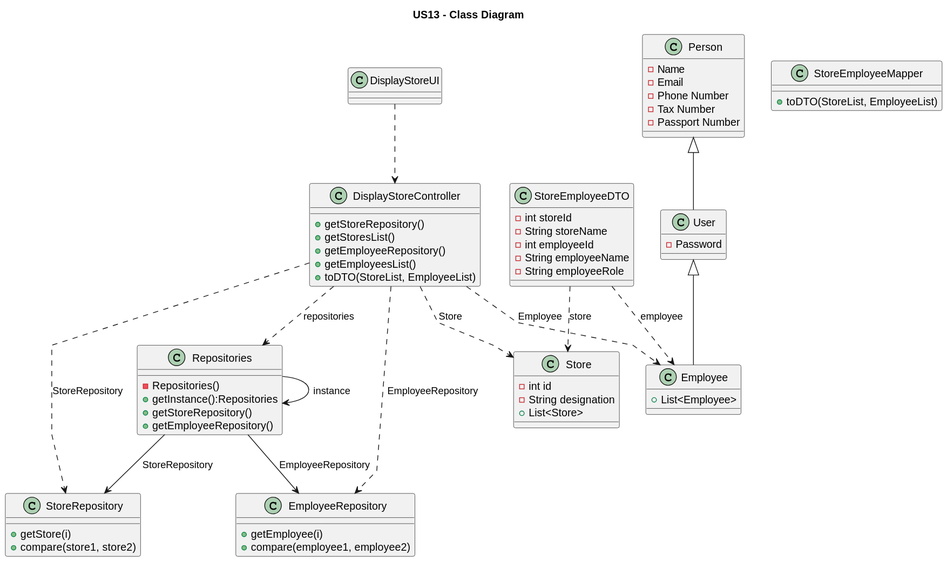
Earlier version of the PlantUML export docs/sprintD/US13/03.design/svg/us13-class-diagram.svg (PureNimble/ISEP-LAPR2).
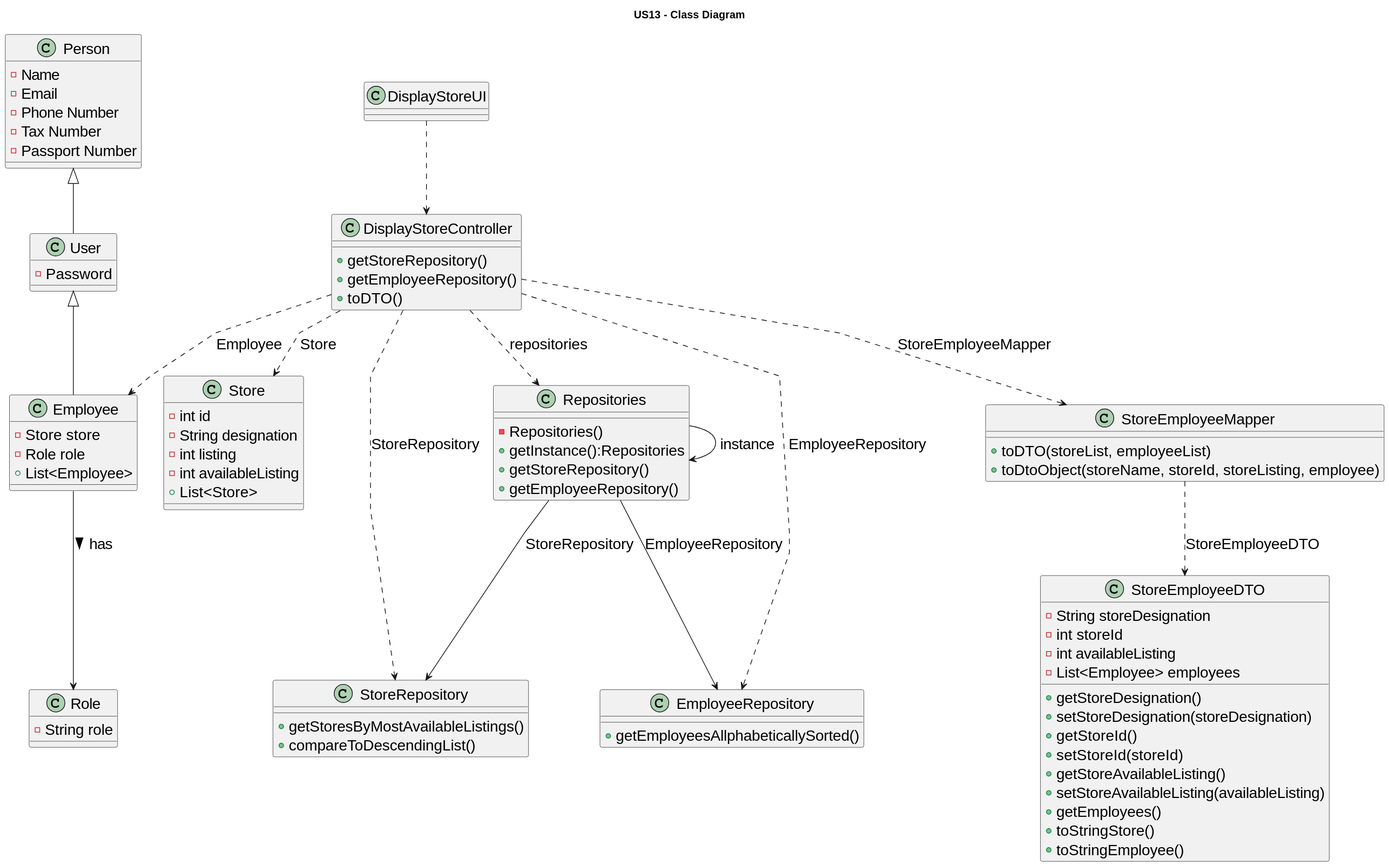
After the commit.

Diff of the diagram source:
```diff
@@ -1,4 +1,5 @@
 @startuml
+skinparamlocked defaultFontSize 20
 
 skinparam packageStyle rectangle
 skinparam shadowing false
@@ -16,37 +17,43 @@
 class Store {
     -int id
     -String designation
+    -int listing
+    -int availableListing
     +List<Store>
 }
 
 class Employee {
+    -Store store
+    -Role role
     +List<Employee>
 }
 
 class StoreEmployeeMapper {
-    +toDTO(StoreList, EmployeeList)
+    +toDTO(storeList, employeeList)
+    +toDtoObject(storeName, storeId, storeListing, employee)
 }
 
 class DisplayStoreController {
     +getStoreRepository()
-    +getStoresList()
     +getEmployeeRepository()
-    +getEmployeesList()
-    +toDTO(StoreList, EmployeeList)
+    +toDTO()
 }
 
 class StoreRepository {
-    +getStore(i)
-    +compare(store1, store2)
+    +getStoresByMostAvailableListings()
+    +compareToDescendingList()
 }
 
 class EmployeeRepository {
-    +getEmployee(i)
-    +compare(employee1, employee2)
+    +getEmployeesAllphabeticallySorted()
 }
 
 class User {
     -Password
+}
+
+class Role {
+    -String role
 }
 
 class Person {
@@ -58,11 +65,19 @@
 }
 
 class StoreEmployeeDTO {
+    -String storeDesignation
     -int storeId
-    -String storeName
-    -int employeeId
-    -String employeeName
-    -String employeeRole
+    -int availableListing
+    -List<Employee> employees
+    +getStoreDesignation()
+    +setStoreDesignation(storeDesignation)
+    +getStoreId()
+    +setStoreId(storeId)
+    +getStoreAvailableListing()
+    +setStoreAvailableListing(availableListing)
+    +getEmployees()
+    +toStringStore()
+    +toStringEmployee()
 }
 
 class DisplayStoreUI {
@@ -72,15 +87,15 @@
 Repositories -> Repositories:instance
 Repositories --> StoreRepository: StoreRepository
 Repositories --> EmployeeRepository: EmployeeRepository
+Employee --> Role: has >
 DisplayStoreController ..> Repositories : repositories
 DisplayStoreController ..> StoreRepository : StoreRepository
 DisplayStoreController ..> EmployeeRepository : EmployeeRepository
 DisplayStoreController ..> Store : Store
 DisplayStoreController ..> Employee : Employee
+DisplayStoreController ..> StoreEmployeeMapper : StoreEmployeeMapper
 DisplayStoreUI ..> DisplayStoreController
-StoreEmployeeDTO ..> Store: store
-StoreEmployeeDTO ..> Employee: employee
+StoreEmployeeMapper ..> StoreEmployeeDTO: StoreEmployeeDTO
 Person <|-- User
 User <|-- Employee
-
 @enduml
```
